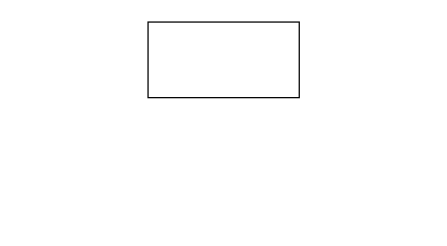
Earlier version of the draw.io diagram disp算子接口与ACL接口对应.drawio (wywywywy1/https-github.com-yangxt225-MD5). Source tidied: cells renumbered, new cells numbered last; positions are measured from the earlier drawing's top-left corner, leaving out a move shared by most shapes. Both pictures are drawn from the tidied source at 126%, with x=0, y=0 at pixel (147, 21).
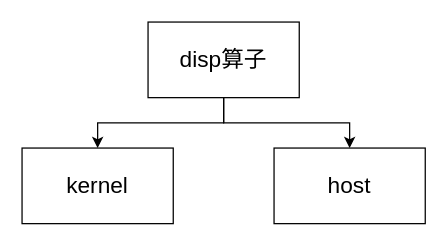
The same page after the edit.

Commit message (it also covers changes not shown here):
更新disp算子接口与ACL接口对应.drawio

Diff of the diagram source:
```diff
@@
 <mxGraphModel>
   <root>
     <mxCell id="0" />
     <mxCell id="1" parent="0" />
+    <mxCell id="3" style="edgeStyle=orthogonalEdgeStyle;rounded=0;jettySize=auto;html=1;entryX=0.5;entryY=0;entryDx=0;entryDy=0;" parent="1" edge="1" source="2" target="5">
+      <mxGeometry relative="1" as="geometry" />
+    </mxCell>
+    <mxCell id="4" style="edgeStyle=orthogonalEdgeStyle;rounded=0;jettySize=auto;html=1;" parent="1" edge="1" source="2" target="6">
+      <mxGeometry relative="1" as="geometry" />
+    </mxCell>
-    <mxCell id="2" style="rounded=0;whiteSpace=wrap;html=1;" parent="1" vertex="1">
+    <mxCell id="2" value="&lt;font style=&quot;font-size: 18px;&quot;&gt;disp算子&lt;/font&gt;" style="rounded=0;whiteSpace=wrap;html=1;" parent="1" vertex="1">
       <mxGeometry width="120" height="60" as="geometry" />
     </mxCell>
+    <mxCell id="5" value="&lt;span style=&quot;font-size: 18px;&quot;&gt;kernel&lt;/span&gt;" style="rounded=0;whiteSpace=wrap;html=1;" parent="1" vertex="1">
+      <mxGeometry x="-100" y="100" width="120" height="60" as="geometry" />
+    </mxCell>
+    <mxCell id="6" value="&lt;font style=&quot;font-size: 18px;&quot;&gt;host&lt;/font&gt;" style="rounded=0;whiteSpace=wrap;html=1;" parent="1" vertex="1">
+      <mxGeometry x="100" y="100" width="120" height="60" as="geometry" />
+    </mxCell>
   </root>
 </mxGraphModel>
```
